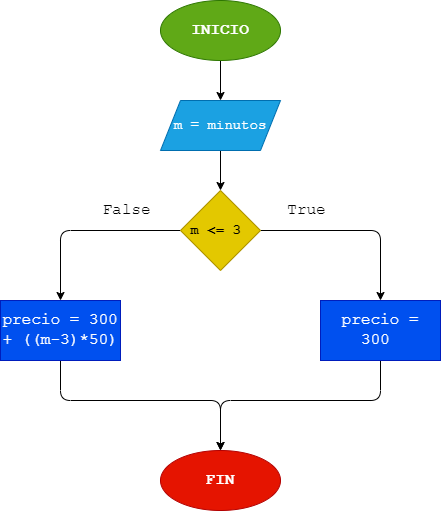
Before: diagrama.png, a diagram exported from draw.io (JFEstevezC/llamada-tekefonica). Source tidied: cells renumbered, new cells last; positions are measured from the earlier drawing's top-left corner, leaving out a move shared by most shapes.
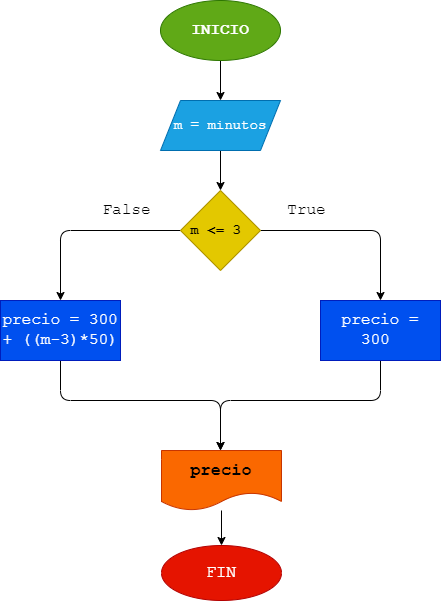
Above is the later version.

Diff of the diagram source:
```diff
@@ -31,8 +31,9 @@
     <mxCell id="8" value="m &amp;lt;= 3&amp;nbsp;" style="rhombus;whiteSpace=wrap;html=1;fillColor=#e3c800;fontColor=#000000;strokeColor=#B09500;fontFamily=Courier New;fontSize=14;fontStyle=1;" parent="1" vertex="1">
       <mxGeometry x="180" y="190" width="80" height="80" as="geometry" />
     </mxCell>
-    <mxCell id="9" style="edgeStyle=none;html=1;entryX=0.5;entryY=0;entryDx=0;entryDy=0;fontFamily=Courier New;fontSize=16;" parent="1" edge="1" source="10" target="13">
+    <mxCell id="9" style="edgeStyle=none;html=1;entryX=0.5;entryY=0;entryDx=0;entryDy=0;fontFamily=Courier New;fontSize=16;" parent="1" edge="1" source="10">
       <mxGeometry relative="1" as="geometry">
+        <mxPoint x="220" y="450" as="targetPoint" />
         <Array as="points">
           <mxPoint x="380" y="400" />
           <mxPoint x="220" y="400" />
@@ -42,8 +43,9 @@
     <mxCell id="10" value="precio = 300&amp;nbsp;" style="whiteSpace=wrap;html=1;fillColor=#0050ef;fontColor=#ffffff;strokeColor=#001DBC;fontFamily=Courier New;fontSize=16;" parent="1" vertex="1">
       <mxGeometry x="320" y="300" width="120" height="60" as="geometry" />
     </mxCell>
-    <mxCell id="11" style="edgeStyle=none;html=1;entryX=0.5;entryY=0;entryDx=0;entryDy=0;fontFamily=Courier New;fontSize=16;" parent="1" edge="1" source="12" target="13">
+    <mxCell id="11" style="edgeStyle=none;html=1;entryX=0.5;entryY=0;entryDx=0;entryDy=0;fontFamily=Courier New;fontSize=16;" parent="1" edge="1" source="12">
       <mxGeometry relative="1" as="geometry">
+        <mxPoint x="220" y="450" as="targetPoint" />
         <Array as="points">
           <mxPoint x="60" y="400" />
           <mxPoint x="220" y="400" />
@@ -53,14 +55,20 @@
     <mxCell id="12" value="precio = 300 + ((m-3)*50)" style="whiteSpace=wrap;html=1;fillColor=#0050ef;fontColor=#ffffff;strokeColor=#001DBC;fontFamily=Courier New;fontSize=16;" parent="1" vertex="1">
       <mxGeometry y="300" width="120" height="60" as="geometry" />
     </mxCell>
-    <mxCell id="13" value="FIN" style="ellipse;whiteSpace=wrap;html=1;fillColor=#e51400;fontColor=#ffffff;strokeColor=#B20000;fontFamily=Courier New;fontSize=16;fontStyle=1;" parent="1" vertex="1">
-      <mxGeometry x="160" y="450" width="120" height="60" as="geometry" />
-    </mxCell>
     <mxCell id="14" value="True" style="text;html=1;align=center;verticalAlign=middle;strokeColor=none;fillColor=none;fontFamily=Courier New;fontSize=16;" parent="1" vertex="1">
       <mxGeometry x="276" y="195" width="60" height="30" as="geometry" />
     </mxCell>
     <mxCell id="15" value="False" style="text;html=1;align=center;verticalAlign=middle;strokeColor=none;fillColor=none;fontFamily=Courier New;fontSize=16;" parent="1" vertex="1">
       <mxGeometry x="91" y="195" width="70" height="30" as="geometry" />
     </mxCell>
+    <mxCell id="16" style="edgeStyle=none;html=1;entryX=0.5;entryY=0;entryDx=0;entryDy=0;fontFamily=Courier New;fontSize=17;" parent="1" edge="1" source="17" target="13">
+      <mxGeometry relative="1" as="geometry" />
+    </mxCell>
+    <mxCell id="17" value="precio" style="shape=document;whiteSpace=wrap;html=1;boundedLbl=1;fontFamily=Courier New;fontSize=17;fontStyle=1;fillColor=#fa6800;fontColor=#000000;strokeColor=#C73500;" parent="1" vertex="1">
+      <mxGeometry x="161" y="450" width="120" height="60" as="geometry" />
+    </mxCell>
+    <mxCell id="13" value="FIN" style="ellipse;whiteSpace=wrap;html=1;fontFamily=Courier New;fontSize=17;fillColor=#e51400;fontColor=#ffffff;strokeColor=#B20000;" parent="1" vertex="1">
+      <mxGeometry x="161" y="545" width="120" height="55" as="geometry" />
+    </mxCell>
   </root>
 </mxGraphModel>
```
